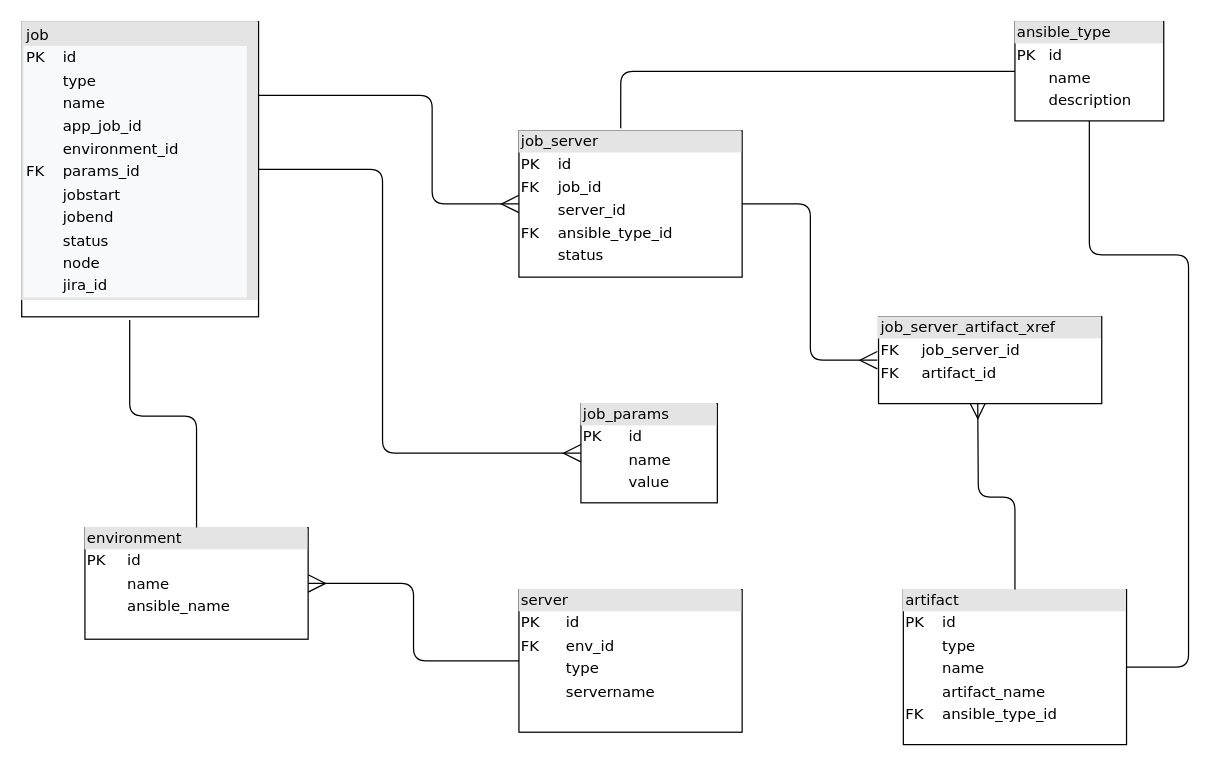
This is DrawIO/KWI-Deployment-DB-ER.drawio from jchupick/development, a draw.io file, before an edit. Source tidied: cells renumbered, new cells numbered last; positions are measured from the earlier drawing's top-left corner, leaving out a move shared by most shapes. Both pictures are drawn from the tidied source at 124%, with x=0, y=0 at pixel (21, 21).
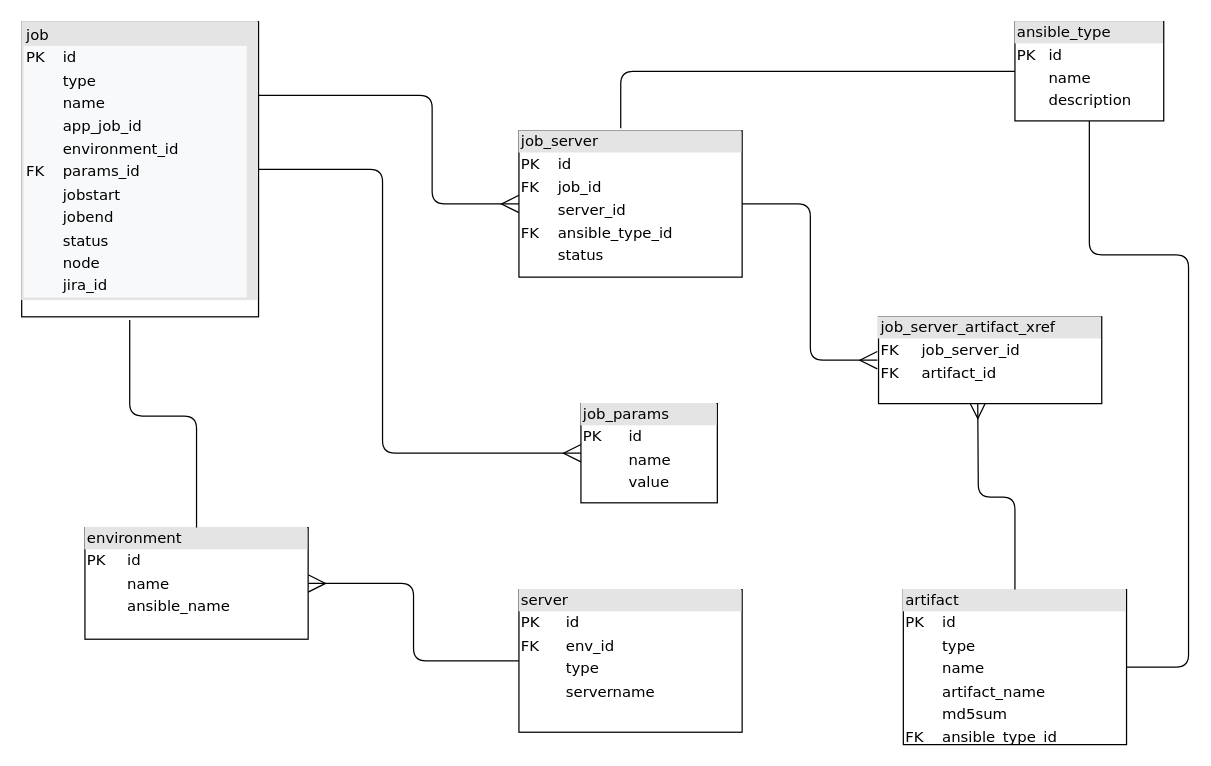
Above is the later version.

The edit, as a diff of the source:
```diff
@@
-    <mxCell id="9" value="&lt;div style=&quot;box-sizing: border-box ; width: 100% ; background: #e4e4e4 ; padding: 2px&quot;&gt;artifact&lt;/div&gt;&lt;table style=&quot;width: 100% ; font-size: 1em&quot; cellpadding=&quot;2&quot; cellspacing=&quot;0&quot;&gt;&lt;tbody&gt;&lt;tr&gt;&lt;td&gt;PK&lt;/td&gt;&lt;td&gt;id&lt;/td&gt;&lt;/tr&gt;&lt;tr&gt;&lt;td&gt;&lt;br&gt;&lt;/td&gt;&lt;td&gt;type&lt;/td&gt;&lt;/tr&gt;&lt;tr&gt;&lt;td&gt;&lt;/td&gt;&lt;td&gt;name&lt;/td&gt;&lt;/tr&gt;&lt;tr&gt;&lt;td&gt;&lt;br&gt;&lt;/td&gt;&lt;td&gt;artifact_name&lt;/td&gt;&lt;/tr&gt;&lt;tr&gt;&lt;td&gt;FK&lt;/td&gt;&lt;td&gt;ansible_type_id&lt;/td&gt;&lt;/tr&gt;&lt;/tbody&gt;&lt;/table&gt;" style="verticalAlign=top;align=left;overflow=fill;html=1;rounded=0;shadow=0;comic=0;labelBackgroundColor=none;strokeWidth=1;fontFamily=Verdana;fontSize=12;" parent="1" vertex="1">
+    <mxCell id="9" value="&lt;div style=&quot;box-sizing: border-box ; width: 100% ; background: #e4e4e4 ; padding: 2px&quot;&gt;artifact&lt;/div&gt;&lt;table style=&quot;width: 100% ; font-size: 1em&quot; cellpadding=&quot;2&quot; cellspacing=&quot;0&quot;&gt;&lt;tbody&gt;&lt;tr&gt;&lt;td&gt;PK&lt;/td&gt;&lt;td&gt;id&lt;/td&gt;&lt;/tr&gt;&lt;tr&gt;&lt;td&gt;&lt;br&gt;&lt;/td&gt;&lt;td&gt;type&lt;/td&gt;&lt;/tr&gt;&lt;tr&gt;&lt;td&gt;&lt;/td&gt;&lt;td&gt;name&lt;/td&gt;&lt;/tr&gt;&lt;tr&gt;&lt;td&gt;&lt;br&gt;&lt;/td&gt;&lt;td&gt;artifact_name&lt;/td&gt;&lt;/tr&gt;&lt;tr&gt;&lt;td&gt;&lt;br&gt;&lt;/td&gt;&lt;td&gt;md5sum&lt;/td&gt;&lt;/tr&gt;&lt;tr&gt;&lt;td&gt;FK&lt;/td&gt;&lt;td&gt;ansible_type_id&lt;/td&gt;&lt;/tr&gt;&lt;/tbody&gt;&lt;/table&gt;" style="verticalAlign=top;align=left;overflow=fill;html=1;rounded=0;shadow=0;comic=0;labelBackgroundColor=none;strokeWidth=1;fontFamily=Verdana;fontSize=12;" parent="1" vertex="1">
       <mxGeometry x="711" y="458" width="180" height="125" as="geometry" />
     </mxCell>
```
